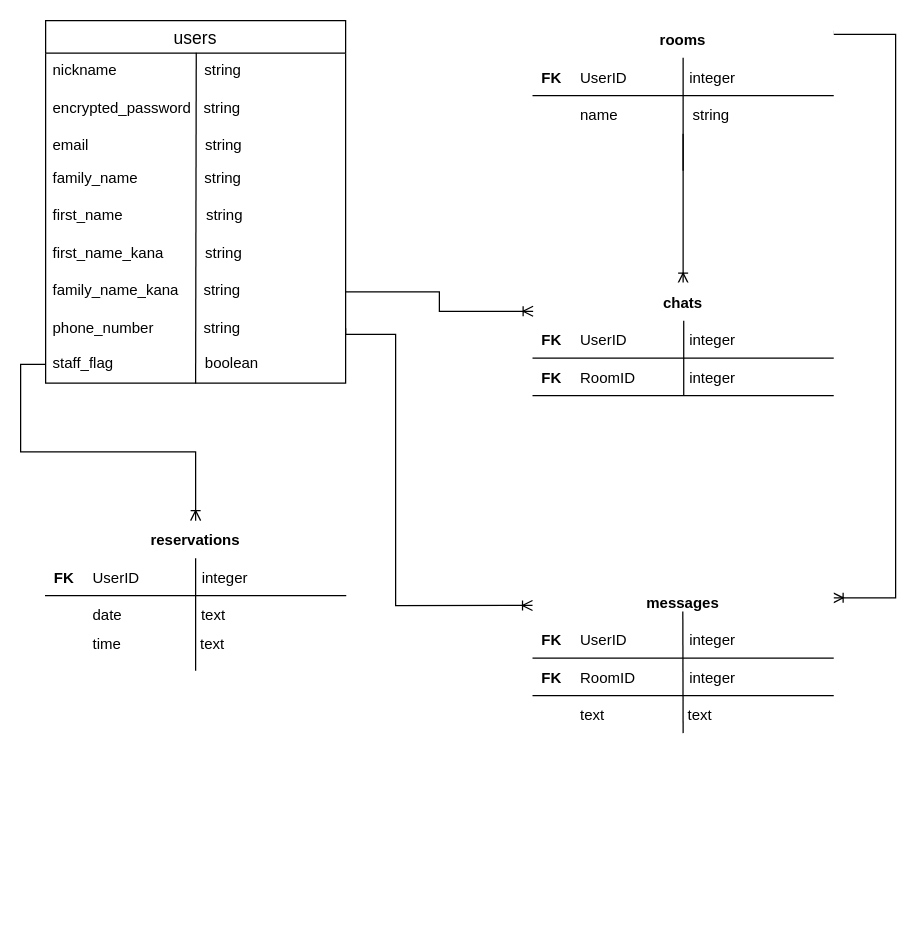
Earlier version of the draw.io diagram marketforyou.dio (kenichimori1127/market-foryou). Source tidied: cells renumbered, new cells numbered last; positions are measured from the earlier drawing's top-left corner, leaving out a move shared by most shapes. Both pictures are drawn from the tidied source at 125%, with x=0, y=0 at pixel (45, 20).
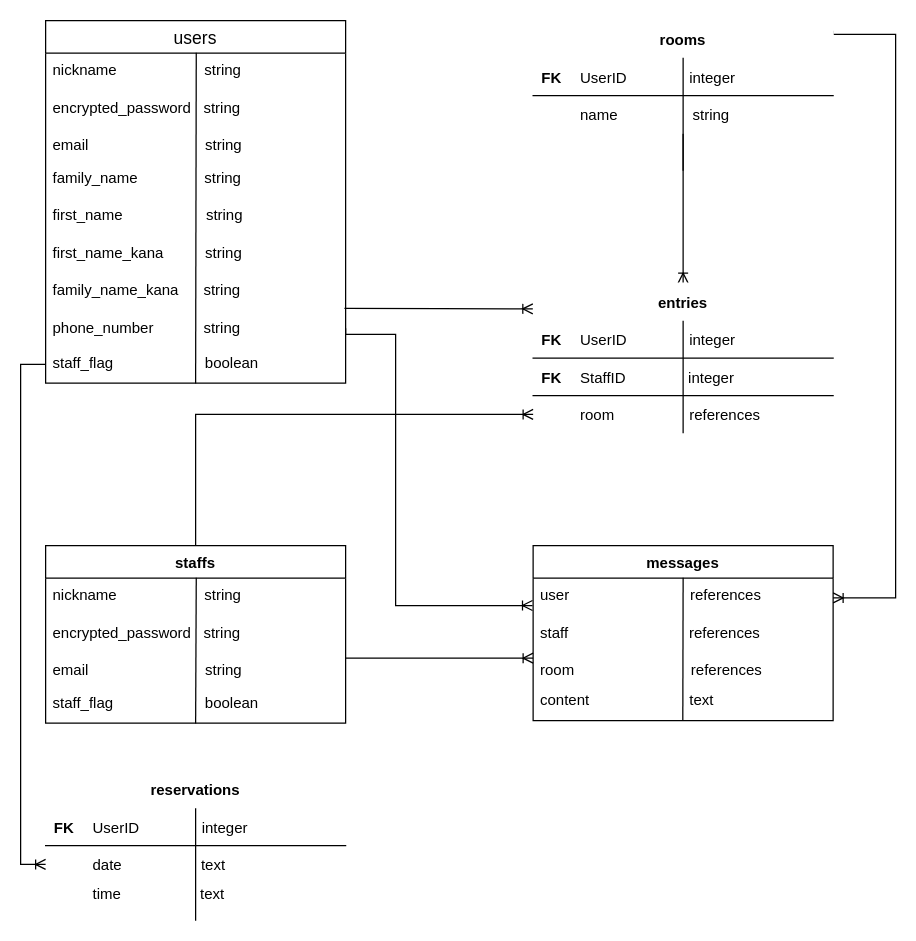
The same page after the edit.

Unchanged cells that the change refers to:
```xml
<mxCell id="10" value="family_name_kana      string" style="text;strokeColor=none;fillColor=none;spacingLeft=4;spacingRight=4;overflow=hidden;points=[[0,0.5],[1,0.5]];portConstraint=eastwest;fontSize=12;" parent="2" vertex="1">
  <mxGeometry y="202" width="240" height="30" as="geometry" />
</mxCell>
<mxCell id="11" value="phone_number            string&#10;" style="text;strokeColor=none;fillColor=none;spacingLeft=4;spacingRight=4;overflow=hidden;points=[[0,0.5],[1,0.5]];portConstraint=eastwest;fontSize=12;" parent="2" vertex="1">
  <mxGeometry y="232" width="240" height="28" as="geometry" />
</mxCell>
<mxCell id="12" value="staff_flag                      boolean&#10;&#10;&#10;" style="text;strokeColor=none;fillColor=none;spacingLeft=4;spacingRight=4;overflow=hidden;points=[[0,0.5],[1,0.5]];portConstraint=eastwest;fontSize=12;" parent="2" vertex="1">
  <mxGeometry y="260" width="240" height="30" as="geometry" />
</mxCell>
<mxCell id="15" value="rooms" style="shape=table;startSize=30;childLayout=tableLayout;rowLines=0;fontStyle=1;align=center;strokeColor=#FFFFFF;" parent="1" vertex="1">
  <mxGeometry x="390" width="240" height="90" as="geometry" />
</mxCell>
<mxCell id="27" style="shape=partialRectangle;fillColor=none;top=0;left=0;bottom=0;right=0;points=[[0,0.5],[1,0.5]];portConstraint=eastwest;" parent="23" vertex="1">
  <mxGeometry y="60" width="240" height="30" as="geometry" />
</mxCell>
```

The edit, as a diff of the source:
```diff
@@
-    <mxCell id="13" style="edgeStyle=orthogonalEdgeStyle;rounded=0;jettySize=auto;html=1;endArrow=ERoneToMany;endFill=0;exitX=0.999;exitY=0.09;exitDx=0;exitDy=0;exitPerimeter=0;entryX=1;entryY=0.098;entryDx=0;entryDy=0;entryPerimeter=0;" parent="1" edge="1" source="15" target="34">
+    <mxCell id="13" style="edgeStyle=orthogonalEdgeStyle;rounded=0;jettySize=auto;html=1;endArrow=ERoneToMany;endFill=0;exitX=0.999;exitY=0.09;exitDx=0;exitDy=0;exitPerimeter=0;entryX=1;entryY=0.098;entryDx=0;entryDy=0;entryPerimeter=0;" parent="1" edge="1" source="15">
       <mxGeometry relative="1" as="geometry">
+        <mxPoint x="630" y="461.8" as="targetPoint" />
         <Array as="points">
           <mxPoint x="680" y="11" />
           <mxPoint x="680" y="462" />
         </Array>
       </mxGeometry>
     </mxCell>
-    <mxCell id="14" style="edgeStyle=orthogonalEdgeStyle;rounded=0;jettySize=auto;html=1;entryX=0.5;entryY=0;entryDx=0;entryDy=0;endArrow=ERoneToMany;endFill=0;" parent="1" edge="1" source="15" target="46">
-      <mxGeometry relative="1" as="geometry" />
+    <mxCell id="14" style="edgeStyle=orthogonalEdgeStyle;rounded=0;jettySize=auto;html=1;entryX=0.5;entryY=0;entryDx=0;entryDy=0;endArrow=ERoneToMany;endFill=0;" parent="1" edge="1" source="15">
+      <mxGeometry relative="1" as="geometry">
+        <mxPoint x="510" y="210" as="targetPoint" />
+      </mxGeometry>
     </mxCell>
@@
     <mxCell id="23" value="reservations" style="shape=table;startSize=30;childLayout=tableLayout;rowLines=0;fontStyle=1;align=center;strokeColor=#FFFFFF;" parent="1" vertex="1">
-      <mxGeometry y="400" width="240" height="120" as="geometry" />
+      <mxGeometry y="600" width="240" height="120" as="geometry" />
     </mxCell>
@@
-    <mxCell id="34" value="messages" style="shape=table;startSize=30;childLayout=tableLayout;rowLines=0;fontStyle=1;align=center;strokeColor=#FFFFFF;" parent="1" vertex="1">
-      <mxGeometry x="390" y="450" width="240" height="120" as="geometry" />
-    </mxCell>
-    <mxCell id="35" style="shape=partialRectangle;fillColor=none;top=0;left=0;bottom=1;right=0;" parent="34" vertex="1">
-      <mxGeometry y="30" width="240" height="30" as="geometry" />
-    </mxCell>
-    <mxCell id="36" value="FK" style="shape=partialRectangle;fillColor=none;top=0;left=0;bottom=0;right=0;fontStyle=1;overflow=hidden;" parent="35" vertex="1">
-      <mxGeometry width="30" height="30" as="geometry" />
-    </mxCell>
-    <mxCell id="37" value="UserID               integer" style="shape=partialRectangle;fillColor=none;top=0;left=0;bottom=0;right=0;align=left;spacingLeft=6;fontStyle=0;overflow=hidden;" parent="35" vertex="1">
-      <mxGeometry x="30" width="210" height="30" as="geometry" />
-    </mxCell>
-    <mxCell id="38" style="shape=partialRectangle;fillColor=none;top=0;left=0;bottom=1;right=0;" parent="34" vertex="1">
-      <mxGeometry y="60" width="240" height="30" as="geometry" />
-    </mxCell>
-    <mxCell id="39" value="FK" style="shape=partialRectangle;fillColor=none;top=0;left=0;bottom=0;right=0;fontStyle=1;overflow=hidden;" parent="38" vertex="1">
-      <mxGeometry width="30" height="30" as="geometry" />
-    </mxCell>
-    <mxCell id="40" value="RoomID             integer" style="shape=partialRectangle;fillColor=none;top=0;left=0;bottom=0;right=0;align=left;spacingLeft=6;fontStyle=0;overflow=hidden;" parent="38" vertex="1">
-      <mxGeometry x="30" width="210" height="30" as="geometry" />
-    </mxCell>
+    <mxCell id="45" style="edgeStyle=orthogonalEdgeStyle;rounded=0;jettySize=auto;html=1;endArrow=ERoneToMany;endFill=0;entryX=0;entryY=0.5;entryDx=0;entryDy=0;" parent="1" edge="1" source="12" target="27">
+      <mxGeometry relative="1" as="geometry">
+        <Array as="points">
+          <mxPoint x="-20" y="275" />
+          <mxPoint x="-20" y="675" />
+        </Array>
+      </mxGeometry>
+    </mxCell>
+    <mxCell id="54" style="edgeStyle=orthogonalEdgeStyle;rounded=0;jettySize=auto;html=1;exitX=1;exitY=0.5;exitDx=0;exitDy=0;entryX=-0.002;entryY=0.149;entryDx=0;entryDy=0;entryPerimeter=0;endArrow=ERoneToMany;endFill=0;" parent="1" edge="1" source="11">
+      <mxGeometry relative="1" as="geometry">
+        <mxPoint x="389.5" y="467.9" as="targetPoint" />
+        <Array as="points">
+          <mxPoint x="280" y="251" />
+          <mxPoint x="280" y="468" />
+        </Array>
+      </mxGeometry>
+    </mxCell>
+    <mxCell id="56" value="staffs" style="swimlane;fontStyle=1;horizontal=1;startSize=26;align=center;fontSize=12;" parent="1" vertex="1">
+      <mxGeometry y="420" width="240" height="142" as="geometry" />
+    </mxCell>
+    <mxCell id="57" value="nickname                     string" style="text;strokeColor=none;fillColor=none;spacingLeft=4;spacingRight=4;overflow=hidden;fontSize=12;" parent="56" vertex="1">
+      <mxGeometry y="26" width="240" height="30" as="geometry" />
+    </mxCell>
+    <mxCell id="58" style="endArrow=none;html=1;rounded=0;exitX=0.502;exitY=0.024;exitDx=0;exitDy=0;exitPerimeter=0;entryX=0.5;entryY=1.007;entryDx=0;entryDy=0;entryPerimeter=0;" parent="56" edge="1" target="61">
+      <mxGeometry relative="1" as="geometry">
+        <mxPoint x="120.5" y="25.7" as="sourcePoint" />
+      </mxGeometry>
+    </mxCell>
+    <mxCell id="59" value="encrypted_password   string" style="text;strokeColor=none;fillColor=none;spacingLeft=4;spacingRight=4;overflow=hidden;fontSize=12;" parent="56" vertex="1">
+      <mxGeometry y="56" width="240" height="30" as="geometry" />
+    </mxCell>
+    <mxCell id="60" value="email                            string&#10;" style="text;strokeColor=none;fillColor=none;spacingLeft=4;spacingRight=4;overflow=hidden;fontSize=12;" parent="56" vertex="1">
+      <mxGeometry y="86" width="240" height="26" as="geometry" />
+    </mxCell>
+    <mxCell id="61" value="staff_flag                      boolean&#10;&#10;&#10;" style="text;strokeColor=none;fillColor=none;spacingLeft=4;spacingRight=4;overflow=hidden;points=[[0,0.5],[1,0.5]];portConstraint=eastwest;fontSize=12;" parent="56" vertex="1">
+      <mxGeometry y="112" width="240" height="30" as="geometry" />
+    </mxCell>
+    <mxCell id="62" value="entries" style="shape=table;startSize=30;childLayout=tableLayout;rowLines=0;fontStyle=1;align=center;strokeColor=#FFFFFF;" parent="1" vertex="1">
+      <mxGeometry x="390" y="210" width="240" height="120" as="geometry" />
+    </mxCell>
+    <mxCell id="63" style="shape=partialRectangle;fillColor=none;top=0;left=0;bottom=1;right=0;" parent="62" vertex="1">
+      <mxGeometry y="30" width="240" height="30" as="geometry" />
+    </mxCell>
+    <mxCell id="64" value="FK" style="shape=partialRectangle;fillColor=none;top=0;left=0;bottom=0;right=0;fontStyle=1;overflow=hidden;" parent="63" vertex="1">
+      <mxGeometry width="30" height="30" as="geometry" />
+    </mxCell>
+    <mxCell id="65" value="UserID               integer" style="shape=partialRectangle;fillColor=none;top=0;left=0;bottom=0;right=0;align=left;spacingLeft=6;fontStyle=0;overflow=hidden;" parent="63" vertex="1">
+      <mxGeometry x="30" width="210" height="30" as="geometry" />
+    </mxCell>
+    <mxCell id="66" style="shape=partialRectangle;fillColor=none;top=0;left=0;bottom=1;right=0;" parent="62" vertex="1">
+      <mxGeometry y="60" width="240" height="30" as="geometry" />
+    </mxCell>
+    <mxCell id="67" value="FK" style="shape=partialRectangle;fillColor=none;top=0;left=0;bottom=0;right=0;fontStyle=1;overflow=hidden;" parent="66" vertex="1">
+      <mxGeometry width="30" height="30" as="geometry" />
+    </mxCell>
+    <mxCell id="68" value="StaffID               integer" style="shape=partialRectangle;fillColor=none;top=0;left=0;bottom=0;right=0;align=left;spacingLeft=6;fontStyle=0;overflow=hidden;" parent="66" vertex="1">
+      <mxGeometry x="30" width="210" height="30" as="geometry" />
+    </mxCell>
-    <mxCell id="41" style="shape=partialRectangle;fillColor=none;top=0;left=0;bottom=0;right=0;points=[[0,0.5],[1,0.5]];portConstraint=eastwest;" parent="34" vertex="1">
+    <mxCell id="41" style="shape=partialRectangle;fillColor=none;top=0;left=0;bottom=0;right=0;points=[[0,0.5],[1,0.5]];portConstraint=eastwest;" parent="62" vertex="1">
       <mxGeometry y="90" width="240" height="30" as="geometry" />
     </mxCell>
@@
-    <mxCell id="43" value="text                    text" style="shape=partialRectangle;fillColor=none;top=0;left=0;bottom=0;right=0;align=left;spacingLeft=6;overflow=hidden;" parent="41" vertex="1">
-      <mxGeometry x="30" width="210" height="30" as="geometry" />
-    </mxCell>
+    <mxCell id="69" value="room                  references" style="shape=partialRectangle;fillColor=none;top=0;left=0;bottom=0;right=0;align=left;spacingLeft=6;overflow=hidden;" parent="41" vertex="1">
+      <mxGeometry x="30" width="210" height="30" as="geometry" />
+    </mxCell>
+    <mxCell id="70" style="endArrow=none;html=1;rounded=0;entryX=0.5;entryY=1;entryDx=0;entryDy=0;" parent="1" edge="1">
+      <mxGeometry relative="1" as="geometry">
+        <mxPoint x="510" y="240" as="sourcePoint" />
+        <mxPoint x="510" y="330" as="targetPoint" />
+      </mxGeometry>
+    </mxCell>
+    <mxCell id="34" value="messages" style="swimlane;fontStyle=1;horizontal=1;startSize=26;align=center;fontSize=12;" parent="1" vertex="1">
+      <mxGeometry x="390" y="420" width="240" height="140" as="geometry" />
+    </mxCell>
+    <mxCell id="71" value="user                             references" style="text;strokeColor=none;fillColor=none;spacingLeft=4;spacingRight=4;overflow=hidden;points=[[0,0.5],[1,0.5]];portConstraint=eastwest;fontSize=12;" parent="34" vertex="1">
+      <mxGeometry y="26" width="240" height="30" as="geometry" />
+    </mxCell>
+    <mxCell id="72" value="staff                             references" style="text;strokeColor=none;fillColor=none;spacingLeft=4;spacingRight=4;overflow=hidden;fontSize=12;" parent="34" vertex="1">
+      <mxGeometry y="56" width="240" height="30" as="geometry" />
+    </mxCell>
+    <mxCell id="73" value="room                            references" style="text;strokeColor=none;fillColor=none;spacingLeft=4;spacingRight=4;overflow=hidden;points=[[0,0.5],[1,0.5]];portConstraint=eastwest;fontSize=12;" parent="34" vertex="1">
+      <mxGeometry y="86" width="240" height="24" as="geometry" />
+    </mxCell>
-    <mxCell id="44" style="endArrow=none;html=1;rounded=0;entryX=0.5;entryY=1;entryDx=0;entryDy=0;exitX=0.499;exitY=0.189;exitDx=0;exitDy=0;exitPerimeter=0;" parent="1" edge="1" source="34" target="34">
+    <mxCell id="44" style="endArrow=none;html=1;rounded=0;exitX=0.5;exitY=-0.008;exitDx=0;exitDy=0;exitPerimeter=0;entryX=0.499;entryY=1.001;entryDx=0;entryDy=0;entryPerimeter=0;" parent="34" edge="1" source="71" target="74">
       <mxGeometry relative="1" as="geometry" />
     </mxCell>
-    <mxCell id="45" style="edgeStyle=orthogonalEdgeStyle;rounded=0;jettySize=auto;html=1;endArrow=ERoneToMany;endFill=0;entryX=0.5;entryY=0;entryDx=0;entryDy=0;" parent="1" edge="1" source="12" target="23">
-      <mxGeometry relative="1" as="geometry" />
-    </mxCell>
-    <mxCell id="46" value="chats" style="shape=table;startSize=30;childLayout=tableLayout;rowLines=0;fontStyle=1;align=center;strokeColor=#FFFFFF;" parent="1" vertex="1">
-      <mxGeometry x="390" y="210" width="240" height="90" as="geometry" />
-    </mxCell>
-    <mxCell id="47" style="shape=partialRectangle;fillColor=none;top=0;left=0;bottom=1;right=0;points=[[0,0.5],[1,0.5]];portConstraint=eastwest;" parent="46" vertex="1">
-      <mxGeometry y="30" width="240" height="30" as="geometry" />
-    </mxCell>
-    <mxCell id="48" value="FK" style="shape=partialRectangle;fillColor=none;top=0;left=0;bottom=0;right=0;fontStyle=1;overflow=hidden;" parent="47" vertex="1">
-      <mxGeometry width="30" height="30" as="geometry" />
-    </mxCell>
-    <mxCell id="49" value="UserID               integer" style="shape=partialRectangle;fillColor=none;top=0;left=0;bottom=0;right=0;align=left;spacingLeft=6;fontStyle=0;overflow=hidden;" parent="47" vertex="1">
-      <mxGeometry x="30" width="210" height="30" as="geometry" />
-    </mxCell>
-    <mxCell id="50" style="shape=partialRectangle;fillColor=none;top=0;left=0;bottom=1;right=0;points=[[0,0.5],[1,0.5]];portConstraint=eastwest;" parent="46" vertex="1">
-      <mxGeometry y="60" width="240" height="30" as="geometry" />
-    </mxCell>
-    <mxCell id="51" value="FK" style="shape=partialRectangle;fillColor=none;top=0;left=0;bottom=0;right=0;fontStyle=1;overflow=hidden;" parent="50" vertex="1">
-      <mxGeometry width="30" height="30" as="geometry" />
-    </mxCell>
-    <mxCell id="52" value="RoomID             integer" style="shape=partialRectangle;fillColor=none;top=0;left=0;bottom=0;right=0;align=left;spacingLeft=6;fontStyle=0;overflow=hidden;" parent="50" vertex="1">
-      <mxGeometry x="30" width="210" height="30" as="geometry" />
-    </mxCell>
-    <mxCell id="53" style="endArrow=none;html=1;rounded=0;entryX=0.502;entryY=1.008;entryDx=0;entryDy=0;entryPerimeter=0;exitX=0.502;exitY=0;exitDx=0;exitDy=0;exitPerimeter=0;" parent="46" edge="1" source="47" target="50">
-      <mxGeometry relative="1" as="geometry" />
-    </mxCell>
-    <mxCell id="54" style="edgeStyle=orthogonalEdgeStyle;rounded=0;jettySize=auto;html=1;exitX=1;exitY=0.5;exitDx=0;exitDy=0;entryX=-0.002;entryY=0.149;entryDx=0;entryDy=0;entryPerimeter=0;endArrow=ERoneToMany;endFill=0;" parent="1" edge="1" source="11" target="34">
-      <mxGeometry relative="1" as="geometry">
-        <Array as="points">
-          <mxPoint x="280" y="251" />
-          <mxPoint x="280" y="468" />
-        </Array>
-      </mxGeometry>
-    </mxCell>
-    <mxCell id="55" style="edgeStyle=orthogonalEdgeStyle;rounded=0;jettySize=auto;html=1;entryX=0;entryY=0.25;entryDx=0;entryDy=0;endArrow=ERoneToMany;endFill=0;" parent="1" edge="1" source="10" target="46">
-      <mxGeometry relative="1" as="geometry" />
-    </mxCell>
+    <mxCell id="74" value="content                        text" style="text;strokeColor=none;fillColor=none;spacingLeft=4;spacingRight=4;overflow=hidden;points=[[0,0.5],[1,0.5]];portConstraint=eastwest;fontSize=12;" parent="34" vertex="1">
+      <mxGeometry y="110" width="240" height="30" as="geometry" />
+    </mxCell>
+    <mxCell id="75" style="edgeStyle=entityRelationEdgeStyle;fontSize=12;html=1;endArrow=ERoneToMany;entryX=0;entryY=0.167;entryDx=0;entryDy=0;entryPerimeter=0;" parent="1" edge="1" target="73">
+      <mxGeometry relative="1" as="geometry">
+        <mxPoint x="240" y="510" as="sourcePoint" />
+      </mxGeometry>
+    </mxCell>
+    <mxCell id="76" style="edgeStyle=orthogonalEdgeStyle;rounded=0;jettySize=auto;html=1;entryX=0;entryY=0.5;entryDx=0;entryDy=0;endArrow=ERoneToMany;endFill=0;" parent="1" edge="1" source="56" target="41">
+      <mxGeometry relative="1" as="geometry">
+        <Array as="points">
+          <mxPoint x="120" y="315" />
+        </Array>
+      </mxGeometry>
+    </mxCell>
+    <mxCell id="77" style="edgeStyle=orthogonalEdgeStyle;rounded=0;jettySize=auto;html=1;entryX=-0.001;entryY=0.172;entryDx=0;entryDy=0;endArrow=ERoneToMany;endFill=0;exitX=0.996;exitY=0.942;exitDx=0;exitDy=0;exitPerimeter=0;entryPerimeter=0;" parent="1" edge="1" source="10" target="62">
+      <mxGeometry relative="1" as="geometry" />
+    </mxCell>
```
